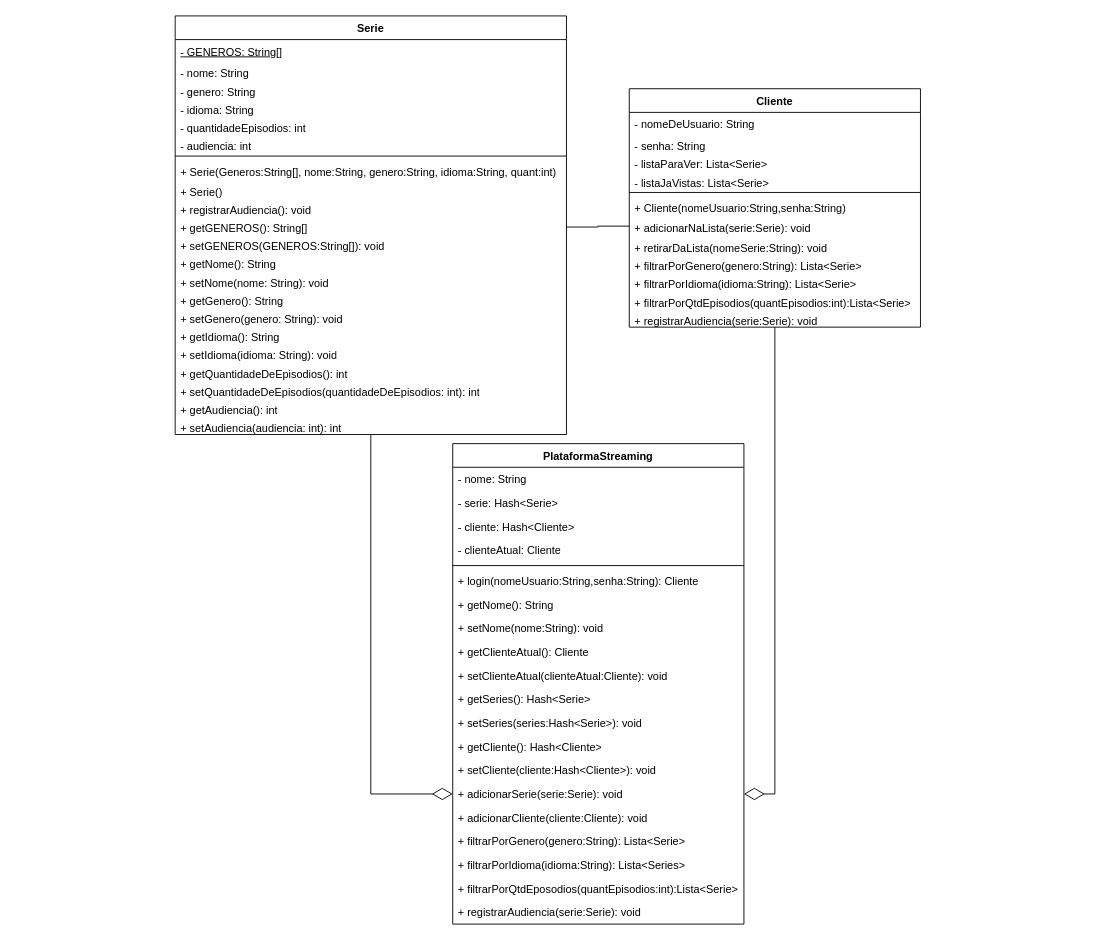
Earlier version of the draw.io diagram docs/diagramas/UML.drawio (DisciplinasProgramacao/projetos_3_4_e_5-grupo-07). Source tidied: cells renumbered, new cells numbered last; positions are measured from the earlier drawing's top-left corner, leaving out a move shared by most shapes. Both pictures are drawn from the tidied source at 91%, with x=0, y=0 at pixel (175, 15).
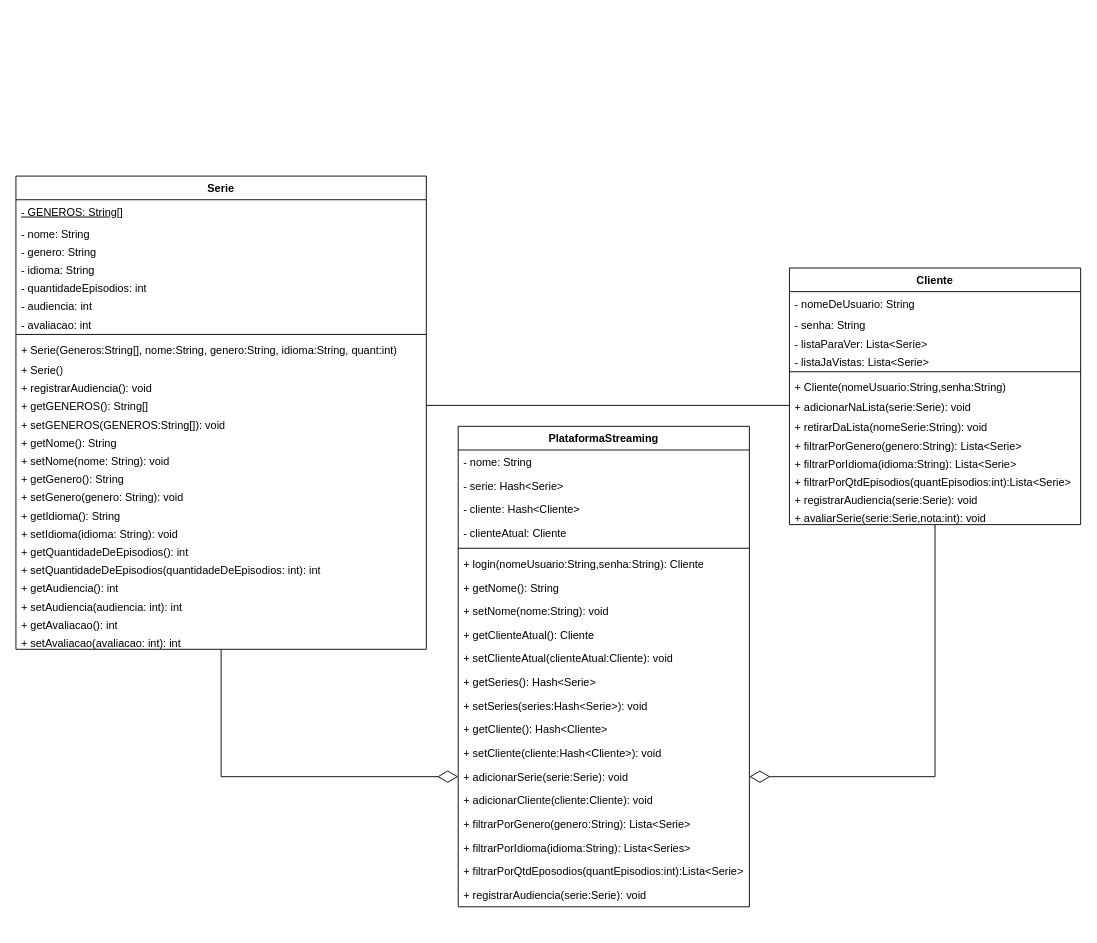
After the change.

Change to the diagram source:
```diff
@@
     <mxCell id="2" value="PlataformaStreaming" style="swimlane;fontStyle=1;align=center;verticalAlign=top;horizontal=1;startSize=26;whiteSpace=wrap;html=1;" parent="1" vertex="1">
-      <mxGeometry x="305" y="470" width="320" height="528" as="geometry" />
+      <mxGeometry x="311" y="451" width="320" height="528" as="geometry" />
     </mxCell>
@@
     <mxCell id="24" value="Serie" style="swimlane;fontStyle=1;align=center;verticalAlign=top;horizontal=1;startSize=26;whiteSpace=wrap;html=1;" parent="1" vertex="1">
-      <mxGeometry width="430" height="460" as="geometry" />
+      <mxGeometry x="-175" y="176" width="451" height="520" as="geometry" />
     </mxCell>
     <mxCell id="25" value="&lt;u&gt;- GENEROS: String[]&lt;/u&gt;" style="text;strokeColor=none;fillColor=none;align=left;verticalAlign=top;spacingLeft=4;spacingRight=4;overflow=hidden;whiteSpace=wrap;html=1;" parent="24" vertex="1">
-      <mxGeometry y="26" width="430" height="24" as="geometry" />
+      <mxGeometry y="26" width="451" height="24" as="geometry" />
     </mxCell>
     <mxCell id="26" value="- nome: String" style="text;strokeColor=none;fillColor=none;align=left;verticalAlign=top;spacingLeft=4;spacingRight=4;overflow=hidden;whiteSpace=wrap;html=1;" parent="24" vertex="1">
-      <mxGeometry y="50" width="430" height="20" as="geometry" />
+      <mxGeometry y="50" width="451" height="20" as="geometry" />
     </mxCell>
     <mxCell id="27" value="- genero: String" style="text;strokeColor=none;fillColor=none;align=left;verticalAlign=top;spacingLeft=4;spacingRight=4;overflow=hidden;whiteSpace=wrap;html=1;" parent="24" vertex="1">
-      <mxGeometry y="70" width="430" height="20" as="geometry" />
+      <mxGeometry y="70" width="451" height="20" as="geometry" />
     </mxCell>
     <mxCell id="28" value="- idioma: String" style="text;strokeColor=none;fillColor=none;align=left;verticalAlign=top;spacingLeft=4;spacingRight=4;overflow=hidden;whiteSpace=wrap;html=1;" parent="24" vertex="1">
-      <mxGeometry y="90" width="430" height="20" as="geometry" />
+      <mxGeometry y="90" width="451" height="20" as="geometry" />
     </mxCell>
     <mxCell id="29" value="- quantidadeEpisodios: int" style="text;strokeColor=none;fillColor=none;align=left;verticalAlign=top;spacingLeft=4;spacingRight=4;overflow=hidden;whiteSpace=wrap;html=1;" parent="24" vertex="1">
-      <mxGeometry y="110" width="430" height="20" as="geometry" />
+      <mxGeometry y="110" width="451" height="20" as="geometry" />
     </mxCell>
+    <mxCell id="62" value="- audiencia: int" style="text;strokeColor=none;fillColor=none;align=left;verticalAlign=top;spacingLeft=4;spacingRight=4;overflow=hidden;whiteSpace=wrap;html=1;" parent="24" vertex="1">
+      <mxGeometry y="130" width="451" height="20" as="geometry" />
+    </mxCell>
-    <mxCell id="30" value="- audiencia: int" style="text;strokeColor=none;fillColor=none;align=left;verticalAlign=top;spacingLeft=4;spacingRight=4;overflow=hidden;whiteSpace=wrap;html=1;" parent="24" vertex="1">
-      <mxGeometry y="130" width="430" height="20" as="geometry" />
+    <mxCell id="30" value="- avaliacao: int" style="text;strokeColor=none;fillColor=none;align=left;verticalAlign=top;spacingLeft=4;spacingRight=4;overflow=hidden;whiteSpace=wrap;html=1;" parent="24" vertex="1">
+      <mxGeometry y="150" width="451" height="20" as="geometry" />
     </mxCell>
     <mxCell id="31" style="line;strokeWidth=1;fillColor=none;align=left;verticalAlign=middle;spacingTop=-1;spacingLeft=3;spacingRight=3;labelPosition=right;strokeColor=inherit;" parent="24" vertex="1">
-      <mxGeometry y="150" width="430" height="8" as="geometry" />
+      <mxGeometry y="170" width="451" height="8" as="geometry" />
     </mxCell>
     <mxCell id="32" value="+ Serie(Generos:String[], nome:String, genero:String, idioma:String, quant:int)" style="text;strokeColor=none;fillColor=none;align=left;verticalAlign=top;spacingLeft=4;spacingRight=4;overflow=hidden;whiteSpace=wrap;html=1;" parent="24" vertex="1">
-      <mxGeometry y="158" width="430" height="22" as="geometry" />
+      <mxGeometry y="178" width="451" height="22" as="geometry" />
     </mxCell>
     <mxCell id="33" value="+ Serie()" style="text;strokeColor=none;fillColor=none;align=left;verticalAlign=top;spacingLeft=4;spacingRight=4;overflow=hidden;whiteSpace=wrap;html=1;" parent="24" vertex="1">
-      <mxGeometry y="180" width="430" height="20" as="geometry" />
+      <mxGeometry y="200" width="451" height="20" as="geometry" />
     </mxCell>
     <mxCell id="34" value="+&amp;nbsp;registrarAudiencia(): void&lt;br&gt;" style="text;strokeColor=none;fillColor=none;align=left;verticalAlign=top;spacingLeft=4;spacingRight=4;overflow=hidden;whiteSpace=wrap;html=1;" parent="24" vertex="1">
-      <mxGeometry y="200" width="430" height="20" as="geometry" />
+      <mxGeometry y="220" width="451" height="20" as="geometry" />
     </mxCell>
     <mxCell id="35" value="+&amp;nbsp;getGENEROS():&amp;nbsp;String[]&lt;font face=&quot;ui-monospace, SFMono-Regular, SF Mono, Menlo, Consolas, Liberation Mono, monospace&quot; color=&quot;#e6edf3&quot;&gt;&lt;span style=&quot;background-color: rgb(13, 17, 23);&quot;&gt;&lt;br&gt;&lt;/span&gt;&lt;/font&gt;" style="text;strokeColor=none;fillColor=none;align=left;verticalAlign=top;spacingLeft=4;spacingRight=4;overflow=hidden;whiteSpace=wrap;html=1;" parent="24" vertex="1">
-      <mxGeometry y="220" width="430" height="20" as="geometry" />
+      <mxGeometry y="240" width="451" height="20" as="geometry" />
     </mxCell>
     <mxCell id="36" value="+&amp;nbsp;setGENEROS(GENEROS:String[]):&amp;nbsp;void&lt;font face=&quot;ui-monospace, SFMono-Regular, SF Mono, Menlo, Consolas, Liberation Mono, monospace&quot; color=&quot;#e6edf3&quot;&gt;&lt;span style=&quot;background-color: rgb(13, 17, 23);&quot;&gt;&lt;br&gt;&lt;/span&gt;&lt;/font&gt;" style="text;strokeColor=none;fillColor=none;align=left;verticalAlign=top;spacingLeft=4;spacingRight=4;overflow=hidden;points=[[0,0.5],[1,0.5]];portConstraint=eastwest;whiteSpace=wrap;html=1;" parent="24" vertex="1">
-      <mxGeometry y="240" width="430" height="20" as="geometry" />
+      <mxGeometry y="260" width="451" height="20" as="geometry" />
     </mxCell>
     <mxCell id="37" value="+&amp;nbsp;getNome():&amp;nbsp;String&lt;span style=&quot;color: rgb(230, 237, 243); font-family: ui-monospace, SFMono-Regular, &amp;quot;SF Mono&amp;quot;, Menlo, Consolas, &amp;quot;Liberation Mono&amp;quot;, monospace; background-color: rgb(13, 17, 23);&quot;&gt; &lt;/span&gt;&lt;font face=&quot;ui-monospace, SFMono-Regular, SF Mono, Menlo, Consolas, Liberation Mono, monospace&quot; color=&quot;#e6edf3&quot;&gt;&lt;span style=&quot;background-color: rgb(13, 17, 23);&quot;&gt;&lt;br&gt;&lt;/span&gt;&lt;/font&gt;" style="text;strokeColor=none;fillColor=none;align=left;verticalAlign=top;spacingLeft=4;spacingRight=4;overflow=hidden;whiteSpace=wrap;html=1;" parent="24" vertex="1">
-      <mxGeometry y="260" width="430" height="20" as="geometry" />
+      <mxGeometry y="280" width="451" height="20" as="geometry" />
     </mxCell>
     <mxCell id="38" value="+&amp;nbsp;setNome(nome: String):&amp;nbsp;void&lt;font face=&quot;ui-monospace, SFMono-Regular, SF Mono, Menlo, Consolas, Liberation Mono, monospace&quot; color=&quot;#e6edf3&quot;&gt;&lt;span style=&quot;background-color: rgb(13, 17, 23);&quot;&gt;&lt;br&gt;&lt;/span&gt;&lt;/font&gt;" style="text;strokeColor=none;fillColor=none;align=left;verticalAlign=top;spacingLeft=4;spacingRight=4;overflow=hidden;whiteSpace=wrap;html=1;" parent="24" vertex="1">
-      <mxGeometry y="280" width="430" height="20" as="geometry" />
+      <mxGeometry y="300" width="451" height="20" as="geometry" />
     </mxCell>
     <mxCell id="39" value="+&amp;nbsp;getGenero():&amp;nbsp;String&lt;span style=&quot;color: rgb(230, 237, 243); font-family: ui-monospace, SFMono-Regular, &amp;quot;SF Mono&amp;quot;, Menlo, Consolas, &amp;quot;Liberation Mono&amp;quot;, monospace; background-color: rgb(13, 17, 23);&quot;&gt; &lt;/span&gt;&lt;font face=&quot;ui-monospace, SFMono-Regular, SF Mono, Menlo, Consolas, Liberation Mono, monospace&quot; color=&quot;#e6edf3&quot;&gt;&lt;span style=&quot;background-color: rgb(13, 17, 23);&quot;&gt;&lt;br&gt;&lt;/span&gt;&lt;/font&gt;" style="text;strokeColor=none;fillColor=none;align=left;verticalAlign=top;spacingLeft=4;spacingRight=4;overflow=hidden;whiteSpace=wrap;html=1;" parent="24" vertex="1">
-      <mxGeometry y="300" width="430" height="20" as="geometry" />
+      <mxGeometry y="320" width="451" height="20" as="geometry" />
     </mxCell>
     <mxCell id="40" value="+&amp;nbsp;setGenero(genero: String):&amp;nbsp;void&lt;font face=&quot;ui-monospace, SFMono-Regular, SF Mono, Menlo, Consolas, Liberation Mono, monospace&quot; color=&quot;#e6edf3&quot;&gt;&lt;span style=&quot;background-color: rgb(13, 17, 23);&quot;&gt;&lt;br&gt;&lt;/span&gt;&lt;/font&gt;" style="text;strokeColor=none;fillColor=none;align=left;verticalAlign=top;spacingLeft=4;spacingRight=4;overflow=hidden;whiteSpace=wrap;html=1;" parent="24" vertex="1">
-      <mxGeometry y="320" width="430" height="20" as="geometry" />
+      <mxGeometry y="340" width="451" height="20" as="geometry" />
     </mxCell>
     <mxCell id="41" value="+&amp;nbsp;getIdioma():&amp;nbsp;String&lt;span style=&quot;color: rgb(230, 237, 243); font-family: ui-monospace, SFMono-Regular, &amp;quot;SF Mono&amp;quot;, Menlo, Consolas, &amp;quot;Liberation Mono&amp;quot;, monospace; background-color: rgb(13, 17, 23);&quot;&gt; &lt;/span&gt;&lt;font face=&quot;ui-monospace, SFMono-Regular, SF Mono, Menlo, Consolas, Liberation Mono, monospace&quot; color=&quot;#e6edf3&quot;&gt;&lt;span style=&quot;background-color: rgb(13, 17, 23);&quot;&gt;&lt;br&gt;&lt;/span&gt;&lt;/font&gt;" style="text;strokeColor=none;fillColor=none;align=left;verticalAlign=top;spacingLeft=4;spacingRight=4;overflow=hidden;whiteSpace=wrap;html=1;" parent="24" vertex="1">
-      <mxGeometry y="340" width="430" height="20" as="geometry" />
+      <mxGeometry y="360" width="451" height="20" as="geometry" />
     </mxCell>
     <mxCell id="42" value="+&amp;nbsp;setIdioma(idioma: String):&amp;nbsp;void&lt;font face=&quot;ui-monospace, SFMono-Regular, SF Mono, Menlo, Consolas, Liberation Mono, monospace&quot; color=&quot;#e6edf3&quot;&gt;&lt;span style=&quot;background-color: rgb(13, 17, 23);&quot;&gt;&lt;br&gt;&lt;/span&gt;&lt;/font&gt;" style="text;strokeColor=none;fillColor=none;align=left;verticalAlign=top;spacingLeft=4;spacingRight=4;overflow=hidden;whiteSpace=wrap;html=1;" parent="24" vertex="1">
-      <mxGeometry y="360" width="430" height="20" as="geometry" />
+      <mxGeometry y="380" width="451" height="20" as="geometry" />
     </mxCell>
     <mxCell id="43" value="+&amp;nbsp;getQuantidadeDeEpisodios():&amp;nbsp;int&lt;span style=&quot;color: rgb(230, 237, 243); font-family: ui-monospace, SFMono-Regular, &amp;quot;SF Mono&amp;quot;, Menlo, Consolas, &amp;quot;Liberation Mono&amp;quot;, monospace; background-color: rgb(13, 17, 23);&quot;&gt;&lt;/span&gt;&lt;font face=&quot;ui-monospace, SFMono-Regular, SF Mono, Menlo, Consolas, Liberation Mono, monospace&quot; color=&quot;#e6edf3&quot;&gt;&lt;span style=&quot;background-color: rgb(13, 17, 23);&quot;&gt;&lt;br&gt;&lt;/span&gt;&lt;/font&gt;" style="text;strokeColor=none;fillColor=none;align=left;verticalAlign=top;spacingLeft=4;spacingRight=4;overflow=hidden;whiteSpace=wrap;html=1;" parent="24" vertex="1">
-      <mxGeometry y="380" width="430" height="20" as="geometry" />
+      <mxGeometry y="400" width="451" height="20" as="geometry" />
     </mxCell>
     <mxCell id="44" value="+&amp;nbsp;setQuantidadeDeEpisodios(quantidadeDeEpisodios: int):&amp;nbsp;int&lt;font face=&quot;ui-monospace, SFMono-Regular, SF Mono, Menlo, Consolas, Liberation Mono, monospace&quot; color=&quot;#e6edf3&quot;&gt;&lt;span style=&quot;background-color: rgb(13, 17, 23);&quot;&gt;&lt;br&gt;&lt;/span&gt;&lt;/font&gt;" style="text;strokeColor=none;fillColor=none;align=left;verticalAlign=top;spacingLeft=4;spacingRight=4;overflow=hidden;whiteSpace=wrap;html=1;" parent="24" vertex="1">
-      <mxGeometry y="400" width="430" height="20" as="geometry" />
+      <mxGeometry y="420" width="451" height="20" as="geometry" />
     </mxCell>
     <mxCell id="45" value="+&amp;nbsp;getAudiencia():&amp;nbsp;int&lt;span style=&quot;color: rgb(230, 237, 243); font-family: ui-monospace, SFMono-Regular, &amp;quot;SF Mono&amp;quot;, Menlo, Consolas, &amp;quot;Liberation Mono&amp;quot;, monospace; background-color: rgb(13, 17, 23);&quot;&gt;&lt;/span&gt;&lt;font face=&quot;ui-monospace, SFMono-Regular, SF Mono, Menlo, Consolas, Liberation Mono, monospace&quot; color=&quot;#e6edf3&quot;&gt;&lt;span style=&quot;background-color: rgb(13, 17, 23);&quot;&gt;&lt;br&gt;&lt;/span&gt;&lt;/font&gt;" style="text;strokeColor=none;fillColor=none;align=left;verticalAlign=top;spacingLeft=4;spacingRight=4;overflow=hidden;whiteSpace=wrap;html=1;" parent="24" vertex="1">
-      <mxGeometry y="420" width="430" height="20" as="geometry" />
+      <mxGeometry y="440" width="451" height="20" as="geometry" />
     </mxCell>
+    <mxCell id="63" value="+&amp;nbsp;setAudiencia(audiencia: int):&amp;nbsp;int&lt;font face=&quot;ui-monospace, SFMono-Regular, SF Mono, Menlo, Consolas, Liberation Mono, monospace&quot; color=&quot;#e6edf3&quot;&gt;&lt;span style=&quot;background-color: rgb(13, 17, 23);&quot;&gt;&lt;br&gt;&lt;/span&gt;&lt;/font&gt;" style="text;strokeColor=none;fillColor=none;align=left;verticalAlign=top;spacingLeft=4;spacingRight=4;overflow=hidden;whiteSpace=wrap;html=1;" parent="24" vertex="1">
+      <mxGeometry y="460" width="451" height="20" as="geometry" />
+    </mxCell>
+    <mxCell id="64" value="+&amp;nbsp;getAvaliacao&lt;span style=&quot;background-color: initial;&quot;&gt;():&amp;nbsp;int&lt;/span&gt;" style="text;strokeColor=none;fillColor=none;align=left;verticalAlign=top;spacingLeft=4;spacingRight=4;overflow=hidden;whiteSpace=wrap;html=1;" parent="24" vertex="1">
+      <mxGeometry y="480" width="451" height="20" as="geometry" />
+    </mxCell>
-    <mxCell id="46" value="+&amp;nbsp;setAudiencia(audiencia: int):&amp;nbsp;int&lt;font face=&quot;ui-monospace, SFMono-Regular, SF Mono, Menlo, Consolas, Liberation Mono, monospace&quot; color=&quot;#e6edf3&quot;&gt;&lt;span style=&quot;background-color: rgb(13, 17, 23);&quot;&gt;&lt;br&gt;&lt;/span&gt;&lt;/font&gt;" style="text;strokeColor=none;fillColor=none;align=left;verticalAlign=top;spacingLeft=4;spacingRight=4;overflow=hidden;whiteSpace=wrap;html=1;" parent="24" vertex="1">
-      <mxGeometry y="440" width="430" height="20" as="geometry" />
+    <mxCell id="46" value="+&amp;nbsp;setAvaliacao(avaliacao&lt;span style=&quot;background-color: initial;&quot;&gt;: int):&amp;nbsp;int&lt;/span&gt;" style="text;strokeColor=none;fillColor=none;align=left;verticalAlign=top;spacingLeft=4;spacingRight=4;overflow=hidden;whiteSpace=wrap;html=1;" parent="24" vertex="1">
+      <mxGeometry y="500" width="451" height="20" as="geometry" />
     </mxCell>
@@
     <mxCell id="48" value="Cliente" style="swimlane;fontStyle=1;align=center;verticalAlign=top;horizontal=1;startSize=26;whiteSpace=wrap;html=1;" parent="1" vertex="1">
-      <mxGeometry x="499" y="80" width="320" height="262" as="geometry" />
+      <mxGeometry x="675" y="277" width="320" height="282" as="geometry" />
     </mxCell>
@@
+    <mxCell id="65" value="+ registrarAudiencia(serie:Serie): void&lt;br&gt;" style="text;strokeColor=none;fillColor=none;align=left;verticalAlign=top;spacingLeft=4;spacingRight=4;overflow=hidden;whiteSpace=wrap;html=1;" parent="48" vertex="1">
+      <mxGeometry y="242" width="320" height="20" as="geometry" />
+    </mxCell>
-    <mxCell id="60" value="+ registrarAudiencia(serie:Serie): void&lt;br&gt;" style="text;strokeColor=none;fillColor=none;align=left;verticalAlign=top;spacingLeft=4;spacingRight=4;overflow=hidden;whiteSpace=wrap;html=1;" parent="48" vertex="1">
-      <mxGeometry y="242" width="320" height="20" as="geometry" />
+    <mxCell id="60" value="+ avaliarSerie(serie:Serie,nota:int): void" style="text;strokeColor=none;fillColor=none;align=left;verticalAlign=top;spacingLeft=4;spacingRight=4;overflow=hidden;whiteSpace=wrap;html=1;" parent="48" vertex="1">
+      <mxGeometry y="262" width="320" height="20" as="geometry" />
     </mxCell>
```
